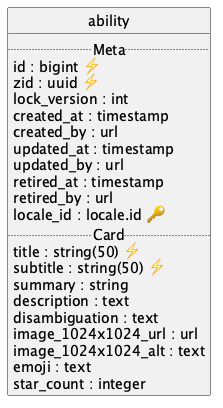
Before: api/credential/uml/uml.png, a diagram exported from PlantUML (contactopensource/contactopensource). Its diagram source:
```plantuml
@startuml uml
skinparam monochrome true
skinparam linetype ortho
hide circle

entity ability {
  .. Meta ..
  id : bigint ⚡
  zid : uuid ⚡
  lock_version : int
  created_at : timestamp
  created_by : url
  updated_at : timestamp
  updated_by : url
  retired_at : timestamp
  retired_by : url
  locale_id : locale.id 🔑
  .. Card ..
  title : string(50) ⚡
  subtitle : string(50) ⚡
  summary : string
  description : text
  disambiguation : text
  image_1024x1024_url : url
  image_1024x1024_alt : text
  emoji : text
  star_count : integer
}

@enduml
```
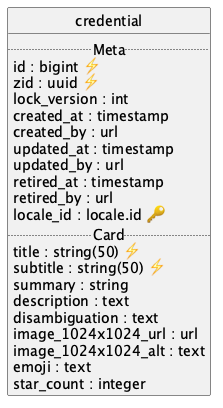
Above is the later version.

The edit, as a diff of the source:
```diff
@@ -3,7 +3,7 @@
 skinparam linetype ortho
 hide circle
 
-entity ability {
+entity credential {
   .. Meta ..
   id : bigint ⚡
   zid : uuid ⚡
```
